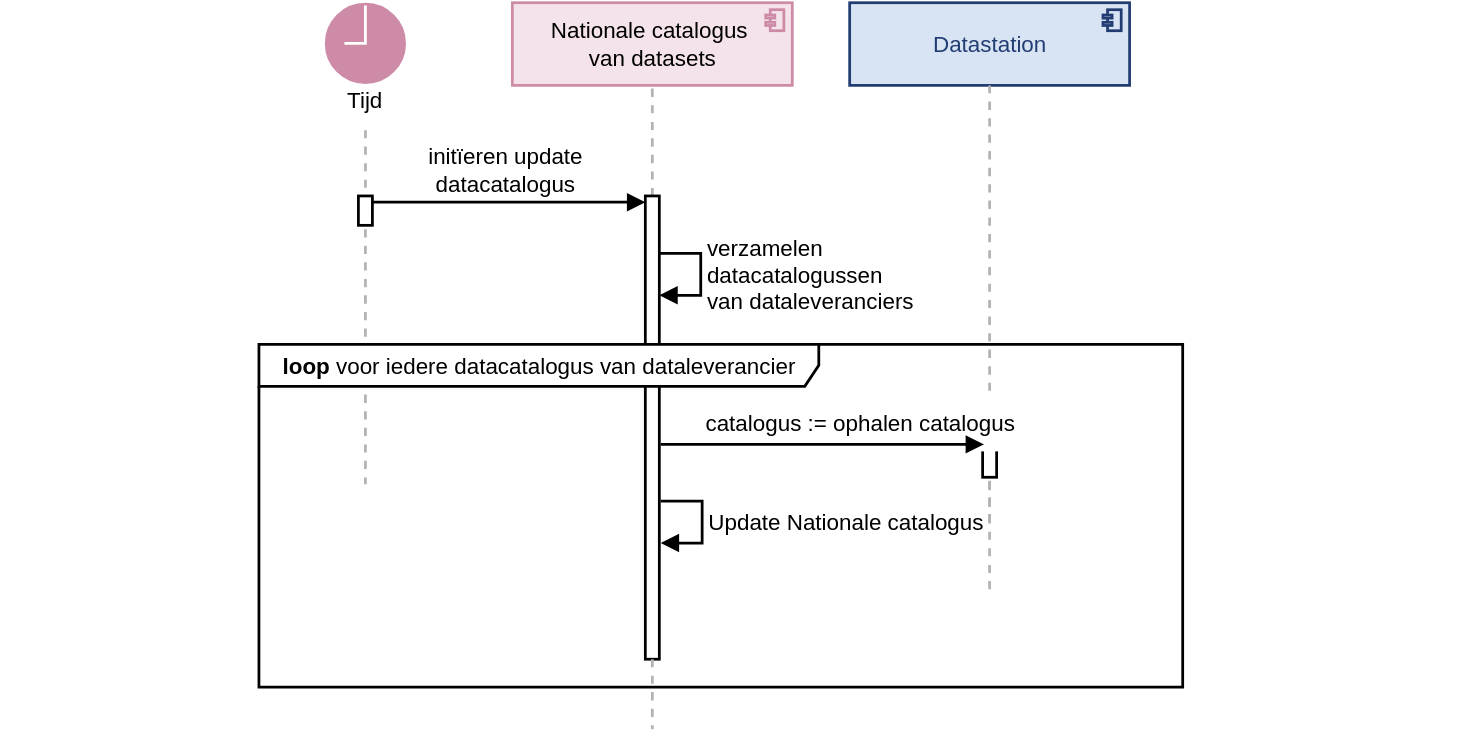
Health-RI/data-station-specification keeps this draw.io diagram as docs/applicatie/laag-3/datastation-ophalen.drawio.svg. Above is the earlier version. Source tidied: cells renumbered, new cells last; positions are measured from the earlier drawing's top-left corner, leaving out a move shared by most shapes. Its diagram source:
```xml
<mxGraphModel>
  <root>
    <mxCell id="0" />
    <mxCell id="1" parent="0" />
    <mxCell id="2" value="Nationale catalogus&amp;nbsp;&lt;div&gt;van datasets&lt;/div&gt;" style="html=1;outlineConnect=0;whiteSpace=wrap;fillColor=light-dark(#F4E3EA,#F4E3EA);shape=mxgraph.archimate3.application;appType=comp;archiType=square;fontSize=16;strokeWidth=1.9685;strokeColor=#CD8BA7;fontStyle=0;verticalAlign=middle;" parent="1" vertex="1">
      <mxGeometry x="366" y="0.9" width="200" height="59.1" as="geometry" />
    </mxCell>
    <mxCell id="3" style="rounded=0;whiteSpace=wrap;html=1;fillColor=none;strokeColor=none;" parent="1" vertex="1">
      <mxGeometry y="165" width="1042.8" height="60" as="geometry" />
    </mxCell>
    <mxCell id="4" value="initïeren update datacatalogus" style="text;html=1;whiteSpace=wrap;strokeColor=none;fillColor=none;align=center;verticalAlign=middle;rounded=0;fontSize=16;" parent="1" vertex="1">
      <mxGeometry x="264.5" y="85" width="191.5" height="70" as="geometry" />
    </mxCell>
    <mxCell id="5" value="Datastation" style="html=1;outlineConnect=0;whiteSpace=wrap;fillColor=light-dark(#D8E3F4,#D8E3F4);shape=mxgraph.archimate3.application;appType=comp;archiType=square;fontSize=16;strokeWidth=1.9685;strokeColor=#223D72;fontColor=#223D72;fontStyle=0;verticalAlign=middle;spacingBottom=0;" parent="1" vertex="1">
      <mxGeometry x="607" y="1" width="200" height="59.1" as="geometry" />
    </mxCell>
    <mxCell id="6" style="endArrow=none;html=1;rounded=0;fontSize=12;startSize=8;endSize=8;curved=1;dashed=1;strokeWidth=1.9685;strokeColor=#B3B3B3;" parent="1" edge="1" source="8" target="2">
      <mxGeometry relative="1" as="geometry" />
    </mxCell>
    <mxCell id="7" style="endArrow=none;html=1;rounded=0;fontSize=12;startSize=8;endSize=8;curved=1;dashed=1;strokeWidth=1.9685;strokeColor=#B3B3B3;" parent="1" edge="1">
      <mxGeometry relative="1" as="geometry">
        <mxPoint x="466" y="390" as="sourcePoint" />
        <mxPoint x="466" y="219" as="targetPoint" />
      </mxGeometry>
    </mxCell>
    <mxCell id="8" style="html=1;points=[[0,0,0,0,5],[0,1,0,0,-5],[1,0,0,0,5],[1,1,0,0,-5]];perimeter=orthogonalPerimeter;outlineConnect=0;targetShapes=umlLifeline;portConstraint=eastwest;newEdgeStyle={&quot;curved&quot;:0,&quot;rounded&quot;:0};strokeWidth=1.9685;" parent="1" vertex="1">
      <mxGeometry x="461" y="139" width="10" height="331" as="geometry" />
    </mxCell>
    <mxCell id="9" style="endArrow=none;html=1;rounded=0;fontSize=12;startSize=8;endSize=8;curved=1;dashed=1;strokeWidth=1.9685;strokeColor=#B3B3B3;exitX=-0.018;exitY=0.1;exitDx=0;exitDy=0;exitPerimeter=0;" parent="1" edge="1" source="4">
      <mxGeometry relative="1" as="geometry">
        <mxPoint x="261" y="345" as="targetPoint" />
        <Array as="points">
          <mxPoint x="261" y="115" />
        </Array>
      </mxGeometry>
    </mxCell>
    <mxCell id="10" style="html=1;verticalAlign=bottom;endArrow=block;curved=0;rounded=0;fontSize=16;startSize=8;endSize=8;strokeWidth=1.9685;" parent="1" edge="1">
      <mxGeometry relative="1" as="geometry">
        <mxPoint x="264.5" y="143.5" as="sourcePoint" />
        <mxPoint x="461" y="143.5" as="targetPoint" />
      </mxGeometry>
    </mxCell>
    <mxCell id="11" value="Tijd" style="text;html=1;whiteSpace=wrap;strokeColor=none;fillColor=none;align=center;verticalAlign=middle;rounded=0;fontSize=16;fontFamily=Arial;" parent="1" vertex="1">
      <mxGeometry x="184.9" y="55" width="151.1" height="30" as="geometry" />
    </mxCell>
    <mxCell id="12" style="endArrow=none;html=1;rounded=0;fontSize=12;startSize=8;endSize=8;curved=1;dashed=1;strokeWidth=1.9685;strokeColor=#B3B3B3;" parent="1" edge="1" target="5">
      <mxGeometry relative="1" as="geometry">
        <mxPoint x="707" y="420" as="sourcePoint" />
      </mxGeometry>
    </mxCell>
    <mxCell id="13" style="html=1;perimeter=orthogonalPerimeter;targetShapes=umlLifeline;newEdgeStyle={&quot;curved&quot;:0,&quot;rounded&quot;:0};strokeWidth=1.9685;" parent="1" vertex="1">
      <mxGeometry x="256" y="139" width="10" height="21" as="geometry" />
    </mxCell>
    <mxCell id="14" style="endArrow=none;html=1;rounded=0;fontSize=12;startSize=8;endSize=8;curved=1;dashed=1;strokeWidth=1.9685;strokeColor=#B3B3B3;" parent="1" edge="1" target="15">
      <mxGeometry relative="1" as="geometry">
        <mxPoint x="707" y="372" as="sourcePoint" />
      </mxGeometry>
    </mxCell>
    <mxCell id="15" style="html=1;points=[[0,0,0,0,5],[0,1,0,0,-5],[1,0,0,0,5],[1,1,0,0,-5]];perimeter=orthogonalPerimeter;outlineConnect=0;targetShapes=umlLifeline;portConstraint=eastwest;newEdgeStyle={&quot;curved&quot;:0,&quot;rounded&quot;:0};strokeWidth=1.9685;" parent="1" vertex="1">
      <mxGeometry x="702" y="315" width="10" height="25" as="geometry" />
    </mxCell>
    <mxCell id="16" value="catalogus := ophalen catalogus" style="text;html=1;whiteSpace=wrap;strokeColor=none;fillColor=default;align=center;verticalAlign=middle;rounded=0;fontSize=16;" parent="1" vertex="1">
      <mxGeometry x="487" y="281" width="255" height="40" as="geometry" />
    </mxCell>
    <mxCell id="17" style="html=1;verticalLabelPosition=bottom;align=center;labelBackgroundColor=#ffffff;verticalAlign=top;strokeWidth=2;strokeColor=#FFFFFF;shadow=0;dashed=0;shape=mxgraph.ios7.icons.clock;fillColor=#CD8BA7;fontFamily=Arial;" parent="1" vertex="1">
      <mxGeometry x="231" width="60" height="60" as="geometry" />
    </mxCell>
    <mxCell id="18" value="verzamelen&amp;nbsp;&lt;div&gt;datacatalogussen&amp;nbsp;&lt;/div&gt;&lt;div&gt;&lt;span style=&quot;background-color: light-dark(#ffffff, var(--ge-dark-color, #121212)); color: light-dark(rgb(0, 0, 0), rgb(255, 255, 255));&quot;&gt;van dataleveranciers&lt;/span&gt;&lt;/div&gt;" style="html=1;align=left;spacingLeft=2;endArrow=block;rounded=0;edgeStyle=orthogonalEdgeStyle;curved=0;rounded=0;fontSize=16;startSize=8;endSize=8;strokeWidth=1.9685;" parent="1" edge="1">
      <mxGeometry x="0.01" relative="1" as="geometry">
        <mxPoint x="471" y="180" as="sourcePoint" />
        <mxPoint x="471" y="210" as="targetPoint" />
        <Array as="points">
          <mxPoint x="500.6" y="180" />
          <mxPoint x="500.6" y="210" />
        </Array>
      </mxGeometry>
    </mxCell>
    <mxCell id="19" value="&lt;b&gt;loop&lt;/b&gt; voor iedere datacatalogus van dataleverancier" style="shape=umlFrame;whiteSpace=wrap;html=1;width=400;height=30;fontSize=16;strokeWidth=1.9685;" parent="1" vertex="1">
      <mxGeometry x="184.9" y="245" width="660" height="245" as="geometry" />
    </mxCell>
    <mxCell id="20" value="Update Nationale catalogus" style="html=1;align=left;spacingLeft=2;endArrow=block;rounded=0;edgeStyle=orthogonalEdgeStyle;curved=0;rounded=0;fontSize=16;startSize=8;endSize=8;strokeWidth=1.9685;" parent="1" edge="1">
      <mxGeometry x="0.01" relative="1" as="geometry">
        <mxPoint x="472" y="357" as="sourcePoint" />
        <mxPoint x="472" y="387" as="targetPoint" />
        <Array as="points">
          <mxPoint x="501.6" y="357" />
          <mxPoint x="501.6" y="387" />
        </Array>
      </mxGeometry>
    </mxCell>
    <mxCell id="21" style="endArrow=none;html=1;rounded=0;fontSize=12;startSize=8;endSize=8;curved=1;dashed=1;strokeWidth=1.9685;strokeColor=#B3B3B3;" parent="1" edge="1">
      <mxGeometry relative="1" as="geometry">
        <mxPoint x="466" y="470" as="sourcePoint" />
        <mxPoint x="466" y="520" as="targetPoint" />
      </mxGeometry>
    </mxCell>
    <mxCell id="22" style="html=1;verticalAlign=bottom;endArrow=block;curved=0;rounded=0;fontSize=16;startSize=8;endSize=8;strokeWidth=1.9685;entryX=0;entryY=0;entryDx=0;entryDy=5;entryPerimeter=0;" parent="1" edge="1">
      <mxGeometry relative="1" as="geometry">
        <mxPoint x="472" y="316.5" as="sourcePoint" />
        <mxPoint x="703" y="316.5" as="targetPoint" />
      </mxGeometry>
    </mxCell>
  </root>
</mxGraphModel>
```
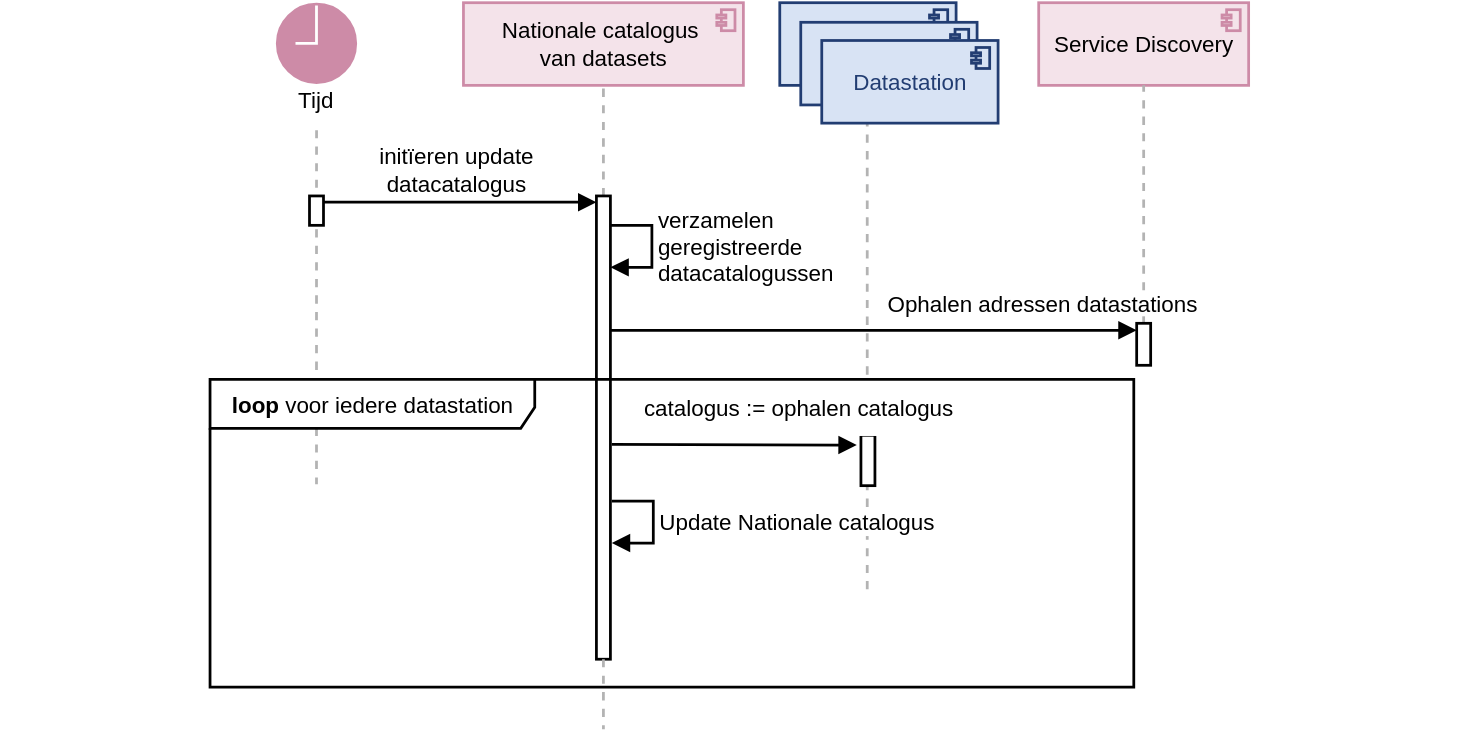
After the change.

What changed in the source:
```diff
@@ -6,14 +6,11 @@
       <mxGeometry x="366" y="0.9" width="200" height="59.1" as="geometry" />
     </mxCell>
     <mxCell id="3" style="rounded=0;whiteSpace=wrap;html=1;fillColor=none;strokeColor=none;" parent="1" vertex="1">
-      <mxGeometry y="165" width="1042.8" height="60" as="geometry" />
+      <mxGeometry x="34.9" y="260" width="1042.8" height="60" as="geometry" />
     </mxCell>
     <mxCell id="4" value="initïeren update datacatalogus" style="text;html=1;whiteSpace=wrap;strokeColor=none;fillColor=none;align=center;verticalAlign=middle;rounded=0;fontSize=16;" parent="1" vertex="1">
       <mxGeometry x="264.5" y="85" width="191.5" height="70" as="geometry" />
     </mxCell>
-    <mxCell id="5" value="Datastation" style="html=1;outlineConnect=0;whiteSpace=wrap;fillColor=light-dark(#D8E3F4,#D8E3F4);shape=mxgraph.archimate3.application;appType=comp;archiType=square;fontSize=16;strokeWidth=1.9685;strokeColor=#223D72;fontColor=#223D72;fontStyle=0;verticalAlign=middle;spacingBottom=0;" parent="1" vertex="1">
-      <mxGeometry x="607" y="1" width="200" height="59.1" as="geometry" />
-    </mxCell>
     <mxCell id="6" style="endArrow=none;html=1;rounded=0;fontSize=12;startSize=8;endSize=8;curved=1;dashed=1;strokeWidth=1.9685;strokeColor=#B3B3B3;" parent="1" edge="1" source="8" target="2">
       <mxGeometry relative="1" as="geometry" />
     </mxCell>
@@ -43,40 +40,36 @@
     <mxCell id="11" value="Tijd" style="text;html=1;whiteSpace=wrap;strokeColor=none;fillColor=none;align=center;verticalAlign=middle;rounded=0;fontSize=16;fontFamily=Arial;" parent="1" vertex="1">
       <mxGeometry x="184.9" y="55" width="151.1" height="30" as="geometry" />
     </mxCell>
-    <mxCell id="12" style="endArrow=none;html=1;rounded=0;fontSize=12;startSize=8;endSize=8;curved=1;dashed=1;strokeWidth=1.9685;strokeColor=#B3B3B3;" parent="1" edge="1" target="5">
+    <mxCell id="12" style="endArrow=none;html=1;rounded=0;fontSize=12;startSize=8;endSize=8;curved=1;dashed=1;strokeWidth=1.9685;strokeColor=#B3B3B3;" parent="1" edge="1">
       <mxGeometry relative="1" as="geometry">
-        <mxPoint x="707" y="420" as="sourcePoint" />
+        <mxPoint x="654.4" y="420" as="sourcePoint" />
+        <mxPoint x="654.4" y="60" as="targetPoint" />
       </mxGeometry>
     </mxCell>
     <mxCell id="13" style="html=1;perimeter=orthogonalPerimeter;targetShapes=umlLifeline;newEdgeStyle={&quot;curved&quot;:0,&quot;rounded&quot;:0};strokeWidth=1.9685;" parent="1" vertex="1">
       <mxGeometry x="256" y="139" width="10" height="21" as="geometry" />
     </mxCell>
-    <mxCell id="14" style="endArrow=none;html=1;rounded=0;fontSize=12;startSize=8;endSize=8;curved=1;dashed=1;strokeWidth=1.9685;strokeColor=#B3B3B3;" parent="1" edge="1" target="15">
-      <mxGeometry relative="1" as="geometry">
-        <mxPoint x="707" y="372" as="sourcePoint" />
-      </mxGeometry>
-    </mxCell>
     <mxCell id="15" style="html=1;points=[[0,0,0,0,5],[0,1,0,0,-5],[1,0,0,0,5],[1,1,0,0,-5]];perimeter=orthogonalPerimeter;outlineConnect=0;targetShapes=umlLifeline;portConstraint=eastwest;newEdgeStyle={&quot;curved&quot;:0,&quot;rounded&quot;:0};strokeWidth=1.9685;" parent="1" vertex="1">
-      <mxGeometry x="702" y="315" width="10" height="25" as="geometry" />
+      <mxGeometry x="649.9" y="310" width="10" height="36" as="geometry" />
     </mxCell>
     <mxCell id="16" value="catalogus := ophalen catalogus" style="text;html=1;whiteSpace=wrap;strokeColor=none;fillColor=default;align=center;verticalAlign=middle;rounded=0;fontSize=16;" parent="1" vertex="1">
-      <mxGeometry x="487" y="281" width="255" height="40" as="geometry" />
+      <mxGeometry x="477.9" y="270" width="255" height="40" as="geometry" />
     </mxCell>
     <mxCell id="17" style="html=1;verticalLabelPosition=bottom;align=center;labelBackgroundColor=#ffffff;verticalAlign=top;strokeWidth=2;strokeColor=#FFFFFF;shadow=0;dashed=0;shape=mxgraph.ios7.icons.clock;fillColor=#CD8BA7;fontFamily=Arial;" parent="1" vertex="1">
       <mxGeometry x="231" width="60" height="60" as="geometry" />
     </mxCell>
-    <mxCell id="18" value="verzamelen&amp;nbsp;&lt;div&gt;datacatalogussen&amp;nbsp;&lt;/div&gt;&lt;div&gt;&lt;span style=&quot;background-color: light-dark(#ffffff, var(--ge-dark-color, #121212)); color: light-dark(rgb(0, 0, 0), rgb(255, 255, 255));&quot;&gt;van dataleveranciers&lt;/span&gt;&lt;/div&gt;" style="html=1;align=left;spacingLeft=2;endArrow=block;rounded=0;edgeStyle=orthogonalEdgeStyle;curved=0;rounded=0;fontSize=16;startSize=8;endSize=8;strokeWidth=1.9685;" parent="1" edge="1">
+    <mxCell id="18" value="verzamelen&amp;nbsp;&lt;div&gt;geregistreerde&amp;nbsp;&lt;/div&gt;&lt;div&gt;datacatalogussen&amp;nbsp;&lt;/div&gt;" style="html=1;align=left;spacingLeft=2;endArrow=block;rounded=0;edgeStyle=orthogonalEdgeStyle;curved=0;rounded=0;fontSize=16;startSize=8;endSize=8;strokeWidth=1.9685;" parent="1" edge="1">
       <mxGeometry x="0.01" relative="1" as="geometry">
-        <mxPoint x="471" y="180" as="sourcePoint" />
-        <mxPoint x="471" y="210" as="targetPoint" />
+        <mxPoint x="471" y="160" as="sourcePoint" />
+        <mxPoint x="471" y="190" as="targetPoint" />
         <Array as="points">
-          <mxPoint x="500.6" y="180" />
-          <mxPoint x="500.6" y="210" />
+          <mxPoint x="500.6" y="160" />
+          <mxPoint x="500.6" y="190" />
         </Array>
       </mxGeometry>
     </mxCell>
-    <mxCell id="19" value="&lt;b&gt;loop&lt;/b&gt; voor iedere datacatalogus van dataleverancier" style="shape=umlFrame;whiteSpace=wrap;html=1;width=400;height=30;fontSize=16;strokeWidth=1.9685;" parent="1" vertex="1">
-      <mxGeometry x="184.9" y="245" width="660" height="245" as="geometry" />
+    <mxCell id="19" value="&lt;b&gt;loop&lt;/b&gt; voor iedere datastation" style="shape=umlFrame;whiteSpace=wrap;html=1;width=232;height=35;fontSize=16;strokeWidth=1.9685;" parent="1" vertex="1">
+      <mxGeometry x="184.9" y="270" width="660" height="220" as="geometry" />
     </mxCell>
     <mxCell id="20" value="Update Nationale catalogus" style="html=1;align=left;spacingLeft=2;endArrow=block;rounded=0;edgeStyle=orthogonalEdgeStyle;curved=0;rounded=0;fontSize=16;startSize=8;endSize=8;strokeWidth=1.9685;" parent="1" edge="1">
       <mxGeometry x="0.01" relative="1" as="geometry">
@@ -94,11 +87,35 @@
         <mxPoint x="466" y="520" as="targetPoint" />
       </mxGeometry>
     </mxCell>
-    <mxCell id="22" style="html=1;verticalAlign=bottom;endArrow=block;curved=0;rounded=0;fontSize=16;startSize=8;endSize=8;strokeWidth=1.9685;entryX=0;entryY=0;entryDx=0;entryDy=5;entryPerimeter=0;" parent="1" edge="1">
+    <mxCell id="22" style="html=1;verticalAlign=bottom;endArrow=block;curved=0;rounded=0;fontSize=16;startSize=8;endSize=8;strokeWidth=1.9685;" parent="1" edge="1">
       <mxGeometry relative="1" as="geometry">
         <mxPoint x="472" y="316.5" as="sourcePoint" />
-        <mxPoint x="703" y="316.5" as="targetPoint" />
+        <mxPoint x="647" y="317" as="targetPoint" />
       </mxGeometry>
     </mxCell>
+    <mxCell id="23" value="Datastation" style="html=1;whiteSpace=wrap;fillColor=light-dark(#D8E3F4,#D8E3F4);shape=mxgraph.archimate3.application;appType=comp;archiType=square;fontSize=16;strokeWidth=1.9685;strokeColor=#223D72;fontColor=#223D72;fontStyle=0;verticalAlign=middle;spacingBottom=0;" parent="1" vertex="1">
+      <mxGeometry x="592" y="0.9" width="126" height="59.1" as="geometry" />
+    </mxCell>
+    <mxCell id="24" value="Datastation" style="html=1;whiteSpace=wrap;fillColor=light-dark(#D8E3F4,#D8E3F4);shape=mxgraph.archimate3.application;appType=comp;archiType=square;fontSize=16;strokeWidth=1.9685;strokeColor=#223D72;fontColor=#223D72;fontStyle=0;verticalAlign=middle;spacingBottom=0;" parent="1" vertex="1">
+      <mxGeometry x="607" y="14.9" width="126" height="59.1" as="geometry" />
+    </mxCell>
+    <mxCell id="25" value="Datastation" style="html=1;whiteSpace=wrap;fillColor=light-dark(#D8E3F4,#D8E3F4);shape=mxgraph.archimate3.application;appType=comp;archiType=square;fontSize=16;strokeWidth=1.9685;strokeColor=#223D72;fontColor=#223D72;fontStyle=0;verticalAlign=middle;spacingBottom=0;" parent="1" vertex="1">
+      <mxGeometry x="622" y="27.9" width="126" height="59.1" as="geometry" />
+    </mxCell>
+    <mxCell id="26" value="Service Discovery" style="html=1;outlineConnect=0;whiteSpace=wrap;fillColor=light-dark(#F4E3EA,#F4E3EA);shape=mxgraph.archimate3.application;appType=comp;archiType=square;fontSize=16;strokeWidth=1.9685;strokeColor=#CD8BA7;fontStyle=0;verticalAlign=middle;" parent="1" vertex="1">
+      <mxGeometry x="777" y="0.9" width="150" height="59" as="geometry" />
+    </mxCell>
+    <mxCell id="27" style="endArrow=none;html=1;rounded=0;fontSize=12;startSize=8;endSize=8;curved=1;dashed=1;strokeWidth=1.9685;strokeColor=#B3B3B3;" parent="1" edge="1" source="28" target="26">
+      <mxGeometry relative="1" as="geometry" />
+    </mxCell>
+    <mxCell id="28" style="html=1;points=[[0,0,0,0,5],[0,1,0,0,-5],[1,0,0,0,5],[1,1,0,0,-5]];perimeter=orthogonalPerimeter;outlineConnect=0;targetShapes=umlLifeline;portConstraint=eastwest;newEdgeStyle={&quot;curved&quot;:0,&quot;rounded&quot;:0};strokeWidth=1.9685;" parent="1" vertex="1">
+      <mxGeometry x="847" y="230" width="10" height="30" as="geometry" />
+    </mxCell>
+    <mxCell id="29" style="html=1;verticalAlign=bottom;endArrow=block;curved=0;rounded=0;fontSize=16;startSize=8;endSize=8;strokeWidth=1.9685;entryX=0;entryY=0;entryDx=0;entryDy=5;entryPerimeter=0;" parent="1" edge="1" source="8" target="28">
+      <mxGeometry relative="1" as="geometry" />
+    </mxCell>
+    <mxCell id="30" value="&lt;span style=&quot;color: rgb(0, 0, 0); font-family: Helvetica; font-size: 16px; font-style: normal; font-variant-ligatures: normal; font-variant-caps: normal; font-weight: 400; letter-spacing: normal; orphans: 2; text-align: left; text-indent: 0px; text-transform: none; widows: 2; word-spacing: 0px; -webkit-text-stroke-width: 0px; white-space: nowrap; background-color: rgb(255, 255, 255); text-decoration-thickness: initial; text-decoration-style: initial; text-decoration-color: initial; display: inline !important; float: none;&quot;&gt;Ophalen&amp;nbsp;&lt;/span&gt;&lt;span style=&quot;background-color: rgb(255, 255, 255); color: light-dark(rgb(0, 0, 0), rgb(255, 255, 255)); font-size: 16px; text-wrap-mode: nowrap;&quot;&gt;adressen datastations&amp;nbsp;&lt;/span&gt;" style="text;whiteSpace=wrap;html=1;" parent="1" vertex="1">
+      <mxGeometry x="667" y="200" width="238" height="30" as="geometry" />
+    </mxCell>
   </root>
 </mxGraphModel>
```
